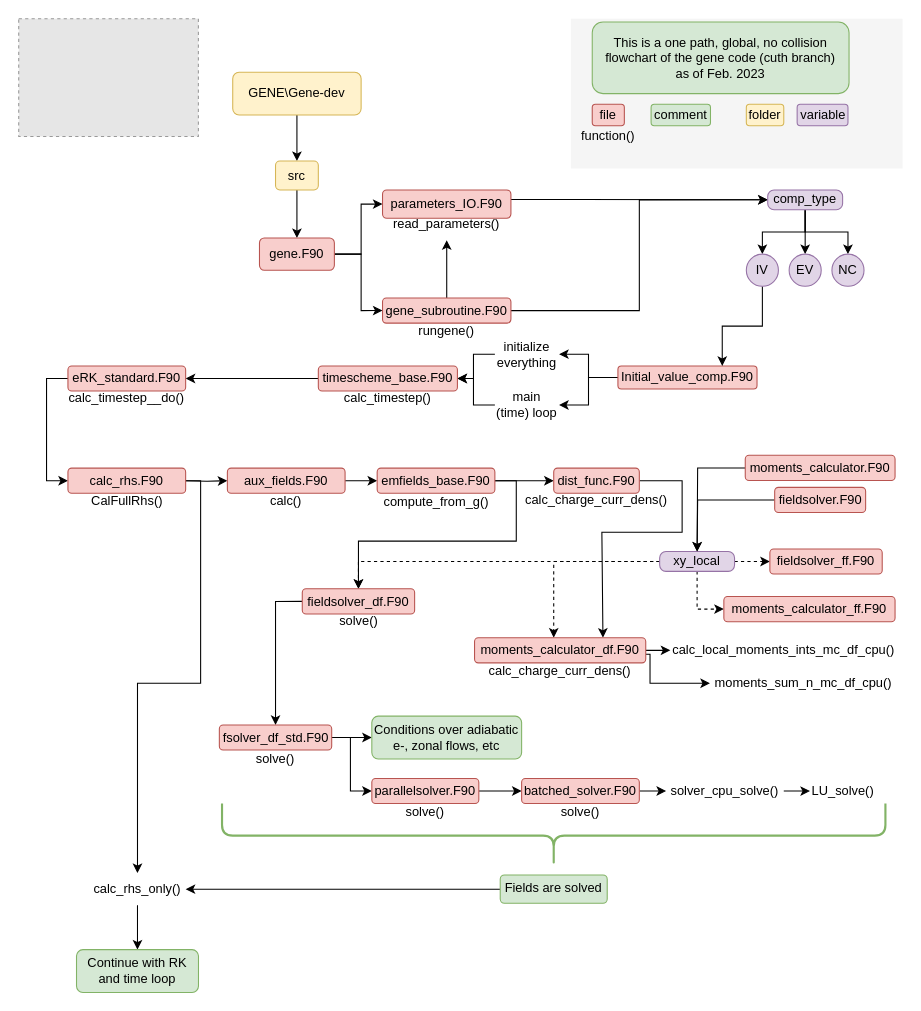
FM-Sheffield/Gene_Flowchart keeps this draw.io diagram as Gene_flowchart.drawio. Above is the earlier version. Source tidied: cells renumbered, new cells numbered last; positions are measured from the earlier drawing's top-left corner, leaving out a move shared by most shapes. Both pictures are drawn from the tidied source at 107%, with x=0, y=0 at pixel (18, 18). Pictures stored in the file or linked from it are replaced by grey dashed boxes.
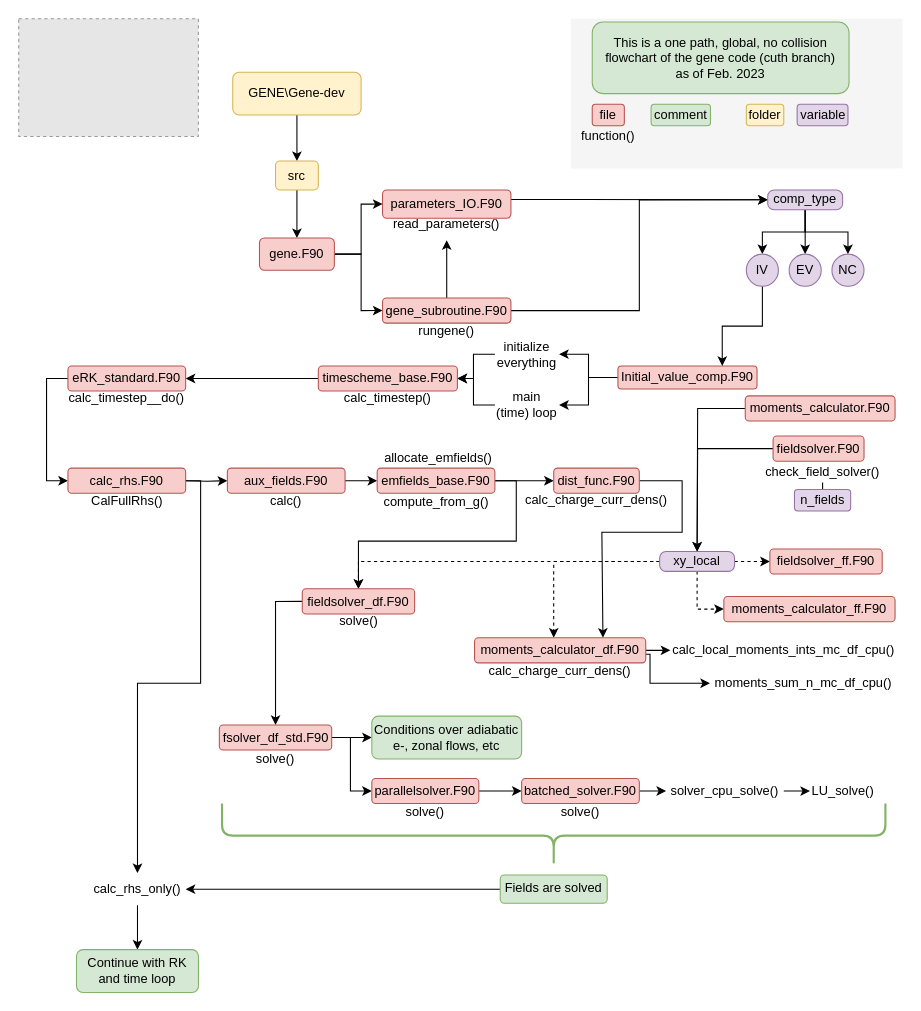
Above is the later version.

Commit message:
Added emfields allocation and n_fields

Diff of the diagram source:
```diff
@@
     <mxCell id="60" value="fieldsolver.F90" style="rounded=1;whiteSpace=wrap;html=1;fillColor=#f8cecc;strokeColor=#b85450;" parent="1" vertex="1">
-      <mxGeometry x="706.5" y="438" width="85" height="23.5" as="geometry" />
+      <mxGeometry x="705" y="390" width="85" height="23.5" as="geometry" />
     </mxCell>
@@
     <mxCell id="70" value="moments_calculator.F90" style="rounded=1;whiteSpace=wrap;html=1;fillColor=#f8cecc;strokeColor=#b85450;" parent="1" vertex="1">
-      <mxGeometry x="679" y="408" width="140" height="23.5" as="geometry" />
+      <mxGeometry x="679" y="352.5" width="140" height="23.5" as="geometry" />
     </mxCell>
@@
+    <mxCell id="99" value="allocate_emfields()" style="text;whiteSpace=wrap;html=1;" parent="1" vertex="1">
+      <mxGeometry x="340" y="397" width="102.5" height="18.5" as="geometry" />
+    </mxCell>
+    <mxCell id="100" style="edgeStyle=orthogonalEdgeStyle;rounded=0;jettySize=auto;html=1;entryX=0.5;entryY=0;entryDx=0;entryDy=0;" parent="1" edge="1" source="101" target="102">
+      <mxGeometry relative="1" as="geometry" />
+    </mxCell>
+    <mxCell id="101" value="check_field_solver()" style="text;html=1;strokeColor=none;fillColor=none;align=center;verticalAlign=middle;whiteSpace=wrap;rounded=0;" parent="1" vertex="1">
+      <mxGeometry x="696.6" y="413.5" width="109.4" height="20" as="geometry" />
+    </mxCell>
+    <mxCell id="102" value="n_fields" style="rounded=1;whiteSpace=wrap;html=1;fillColor=#e1d5e7;strokeColor=#9673a6;" parent="1" vertex="1">
+      <mxGeometry x="725" y="440" width="52.5" height="20" as="geometry" />
+    </mxCell>
```
